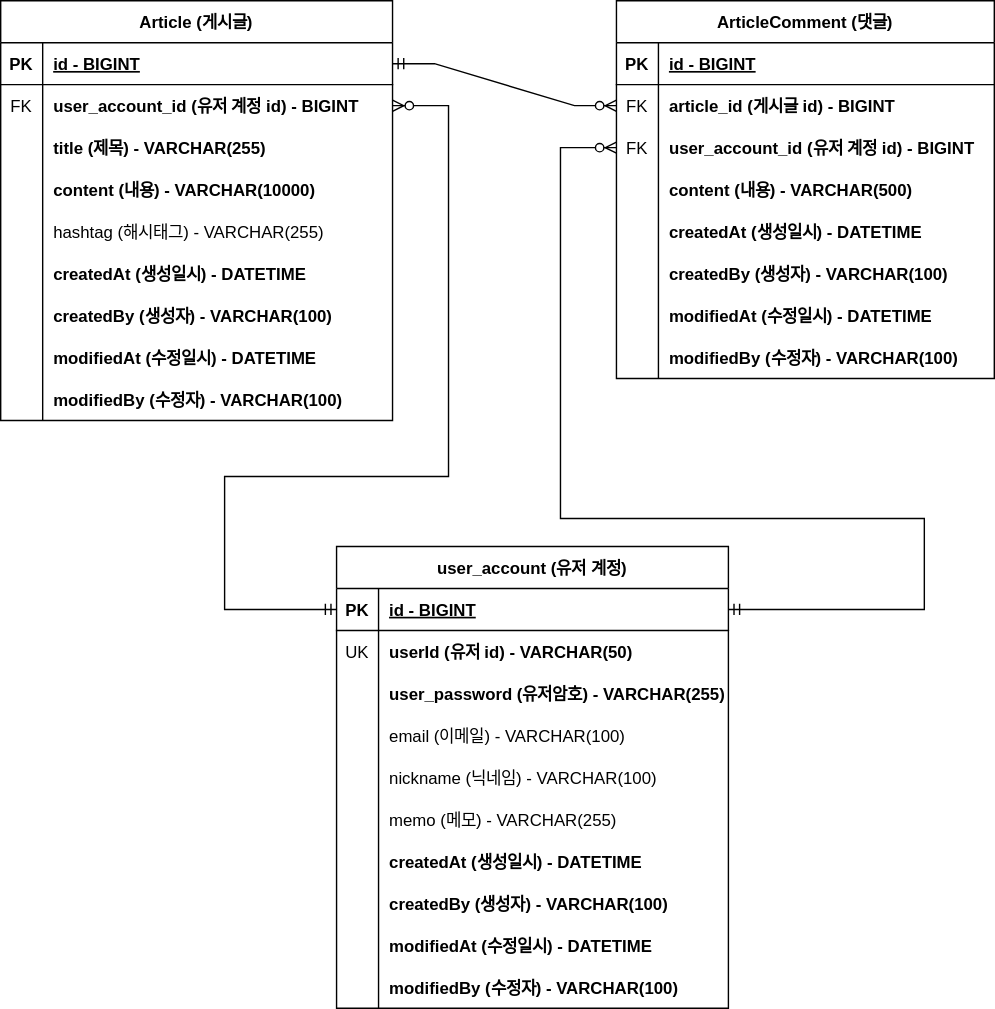
This is document/project-board-ERD.svg from NohDaeHwan/project-board, a draw.io export, as it was before one commit. Source tidied: cells renumbered, new cells last; positions are measured from the earlier drawing's top-left corner, leaving out a move shared by most shapes.
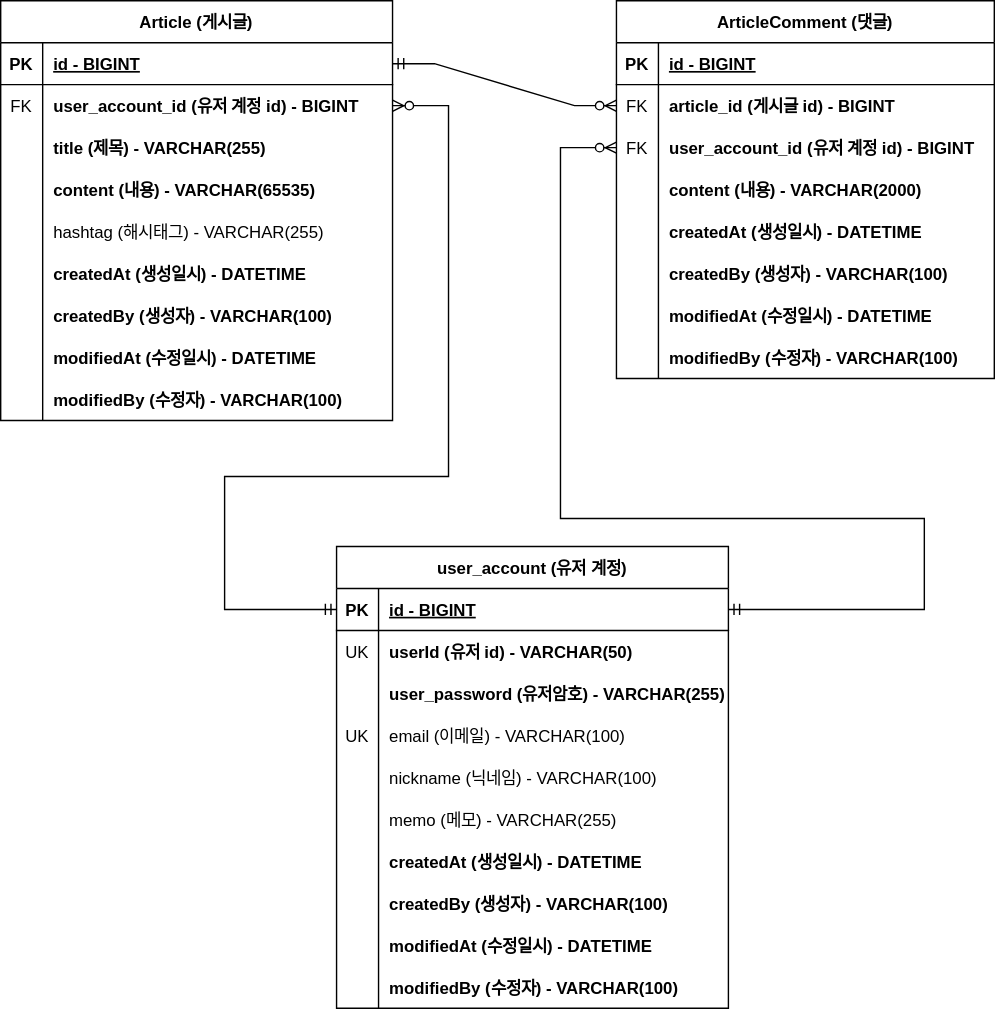
The same diagram one commit later.

Commit message:
#30 - Update ERD: Add unique key to email in member account domain

Change to the diagram source:
```diff
@@ -38,7 +38,7 @@
     <mxCell id="13" style="shape=partialRectangle;overflow=hidden;fillColor=none;top=0;left=0;bottom=0;right=0;" parent="12" vertex="1">
       <mxGeometry width="30" height="30" as="geometry" />
     </mxCell>
-    <mxCell id="14" value="content (내용) - VARCHAR(10000) " style="shape=partialRectangle;overflow=hidden;fillColor=none;top=0;left=0;bottom=0;right=0;align=left;spacingLeft=6;fontStyle=1;" parent="12" vertex="1">
+    <mxCell id="14" value="content (내용) - VARCHAR(65535) " style="shape=partialRectangle;overflow=hidden;fillColor=none;top=0;left=0;bottom=0;right=0;align=left;spacingLeft=6;fontStyle=1;" parent="12" vertex="1">
       <mxGeometry x="30" width="250" height="30" as="geometry" />
     </mxCell>
     <mxCell id="15" style="shape=partialRectangle;fillColor=none;top=0;left=0;right=0;bottom=0;" parent="2" vertex="1">
@@ -122,7 +122,7 @@
     <mxCell id="41" style="shape=partialRectangle;overflow=hidden;fillColor=none;top=0;left=0;bottom=0;right=0;" parent="40" vertex="1">
       <mxGeometry width="30" height="30" as="geometry" />
     </mxCell>
-    <mxCell id="42" value="content (내용) - VARCHAR(500)" style="shape=partialRectangle;overflow=hidden;fillColor=none;top=0;left=0;bottom=0;right=0;align=left;spacingLeft=6;fontStyle=1;" parent="40" vertex="1">
+    <mxCell id="42" value="content (내용) - VARCHAR(2000)" style="shape=partialRectangle;overflow=hidden;fillColor=none;top=0;left=0;bottom=0;right=0;align=left;spacingLeft=6;fontStyle=1;" parent="40" vertex="1">
       <mxGeometry x="30" width="240" height="30" as="geometry" />
     </mxCell>
     <mxCell id="43" style="shape=partialRectangle;fillColor=none;top=0;left=0;right=0;bottom=0;" parent="30" vertex="1">
@@ -197,7 +197,7 @@
     <mxCell id="66" style="shape=partialRectangle;fillColor=none;top=0;left=0;right=0;bottom=0;" parent="56" vertex="1">
       <mxGeometry y="120" width="280" height="30" as="geometry" />
     </mxCell>
-    <mxCell id="67" style="shape=partialRectangle;overflow=hidden;fillColor=none;top=0;left=0;bottom=0;right=0;" parent="66" vertex="1">
+    <mxCell id="67" value="UK" style="shape=partialRectangle;overflow=hidden;fillColor=none;top=0;left=0;bottom=0;right=0;" parent="66" vertex="1">
       <mxGeometry width="30" height="30" as="geometry" />
     </mxCell>
     <mxCell id="68" value="email (이메일) - VARCHAR(100)" style="shape=partialRectangle;overflow=hidden;fillColor=none;top=0;left=0;bottom=0;right=0;align=left;spacingLeft=6;" parent="66" vertex="1">
```
